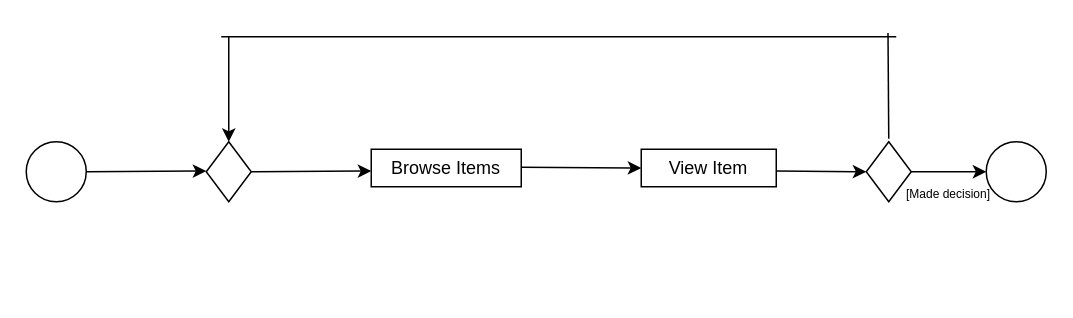
Above: diagrams/Activity diagram - Customer journey.drawio in YoungSilent/nerdy_gadgets (draw.io), before the change. Source tidied: cells renumbered, new cells numbered last; positions are measured from the earlier drawing's top-left corner, leaving out a move shared by most shapes. Both pictures are drawn from the tidied source at 150%, with x=0, y=0 at pixel (26, 33).
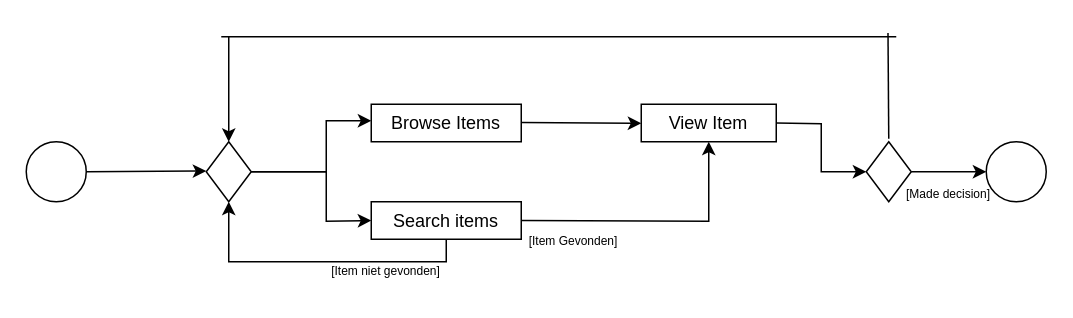
The same page after the edit.

The change refers to these unchanged cells:
```xml
<mxCell id="8" style="rhombus;whiteSpace=wrap;html=1;" parent="1" vertex="1">
  <mxGeometry x="560" y="72" width="30" height="40" as="geometry" />
</mxCell>
<mxCell id="11" style="rhombus;whiteSpace=wrap;html=1;" parent="1" vertex="1">
  <mxGeometry x="120" y="72" width="30" height="40" as="geometry" />
</mxCell>
```

Change to the diagram source:
```diff
@@
     <mxCell id="3" value="&lt;div&gt;Browse Items&lt;/div&gt;" style="rounded=0;whiteSpace=wrap;html=1;" parent="1" vertex="1">
-      <mxGeometry x="230" y="77" width="100" height="25" as="geometry" />
+      <mxGeometry x="230" y="47" width="100" height="25" as="geometry" />
     </mxCell>
     <mxCell id="4" style="endArrow=classic;html=1;rounded=0;exitX=1;exitY=0.5;exitDx=0;exitDy=0;" parent="1" edge="1" source="11">
       <mxGeometry relative="1" as="geometry">
-        <mxPoint x="230" y="91.5" as="targetPoint" />
+        <mxPoint x="230" y="58" as="targetPoint" />
+        <Array as="points">
+          <mxPoint x="200" y="92" />
+          <mxPoint x="200" y="58" />
+        </Array>
       </mxGeometry>
     </mxCell>
@@
-    <mxCell id="7" style="endArrow=classic;html=1;rounded=0;entryX=0;entryY=0.5;entryDx=0;entryDy=0;" parent="1" edge="1" target="8">
+    <mxCell id="7" style="endArrow=classic;html=1;rounded=0;entryX=0;entryY=0.5;entryDx=0;entryDy=0;exitX=1;exitY=0.5;exitDx=0;exitDy=0;" parent="1" edge="1" source="9" target="8">
       <mxGeometry relative="1" as="geometry">
-        <mxPoint x="500" y="91.5" as="sourcePoint" />
+        <Array as="points">
+          <mxPoint x="530" y="60" />
+          <mxPoint x="530" y="92" />
+        </Array>
       </mxGeometry>
     </mxCell>
@@
     <mxCell id="9" value="View Item" style="rounded=0;whiteSpace=wrap;html=1;" parent="1" vertex="1">
-      <mxGeometry x="410" y="77" width="90" height="25" as="geometry" />
+      <mxGeometry x="410" y="47" width="90" height="25" as="geometry" />
     </mxCell>
-    <mxCell id="10" style="endArrow=classic;html=1;rounded=0;entryX=0;entryY=0.5;entryDx=0;entryDy=0;" parent="1" edge="1" target="9">
+    <mxCell id="10" style="endArrow=classic;html=1;rounded=0;entryX=0;entryY=0.5;entryDx=0;entryDy=0;" parent="1" edge="1">
       <mxGeometry relative="1" as="geometry">
-        <mxPoint x="330" y="89" as="sourcePoint" />
+        <mxPoint x="330" y="59.2" as="sourcePoint" />
+        <mxPoint x="410" y="59.7" as="targetPoint" />
       </mxGeometry>
     </mxCell>
@@
+    <mxCell id="17" value="&lt;div&gt;Search items&lt;/div&gt;" style="rounded=0;whiteSpace=wrap;html=1;" parent="1" vertex="1">
+      <mxGeometry x="230" y="112" width="100" height="25" as="geometry" />
+    </mxCell>
+    <mxCell id="18" style="endArrow=classic;html=1;rounded=0;entryX=0;entryY=0.5;entryDx=0;entryDy=0;" parent="1" edge="1" target="17">
+      <mxGeometry relative="1" as="geometry">
+        <mxPoint x="150" y="92" as="sourcePoint" />
+        <Array as="points">
+          <mxPoint x="200" y="92" />
+          <mxPoint x="200" y="125" />
+        </Array>
+      </mxGeometry>
+    </mxCell>
+    <mxCell id="19" style="endArrow=classic;html=1;rounded=0;exitX=1;exitY=0.5;exitDx=0;exitDy=0;entryX=0.5;entryY=1;entryDx=0;entryDy=0;" parent="1" edge="1" source="17" target="9">
+      <mxGeometry relative="1" as="geometry">
+        <Array as="points">
+          <mxPoint x="455" y="125" />
+        </Array>
+      </mxGeometry>
+    </mxCell>
+    <mxCell id="20" style="endArrow=classic;html=1;rounded=0;exitX=0.5;exitY=1;exitDx=0;exitDy=0;entryX=0.5;entryY=1;entryDx=0;entryDy=0;" parent="1" edge="1" source="17" target="11">
+      <mxGeometry relative="1" as="geometry">
+        <Array as="points">
+          <mxPoint x="280" y="152" />
+          <mxPoint x="135" y="152" />
+        </Array>
+      </mxGeometry>
+    </mxCell>
+    <mxCell id="21" value="&lt;font style=&quot;font-size: 8px;&quot;&gt;[Item Gevonden]&lt;/font&gt;" style="text;html=1;strokeColor=none;fillColor=none;align=center;verticalAlign=middle;whiteSpace=wrap;rounded=0;" parent="1" vertex="1">
+      <mxGeometry x="330" y="122" width="70" height="30" as="geometry" />
+    </mxCell>
+    <mxCell id="22" value="&lt;font style=&quot;font-size: 8px;&quot;&gt;[Item niet gevonden]&lt;/font&gt;" style="text;html=1;strokeColor=none;fillColor=none;align=center;verticalAlign=middle;whiteSpace=wrap;rounded=0;" parent="1" vertex="1">
+      <mxGeometry x="200" y="142" width="80" height="30" as="geometry" />
+    </mxCell>
```
